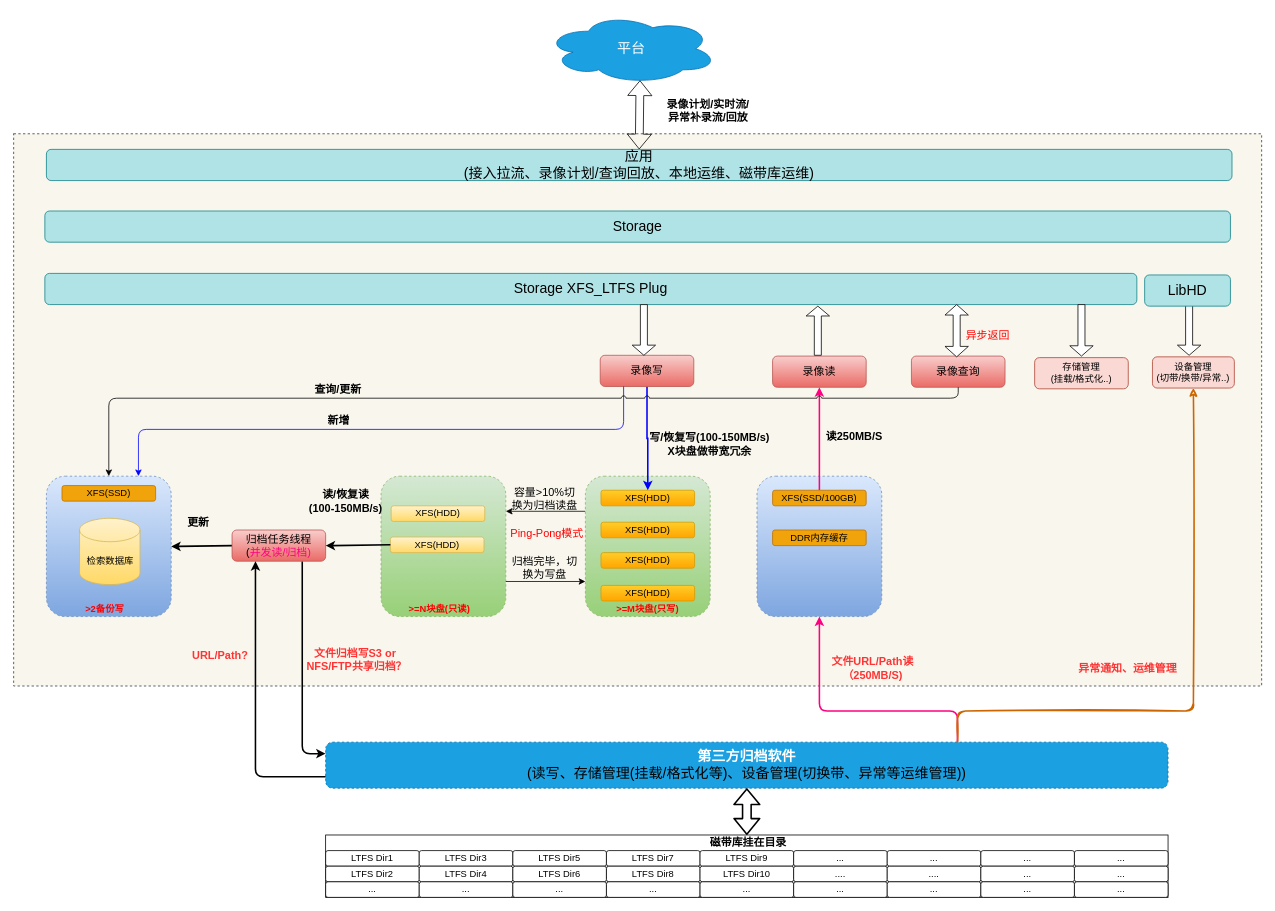
snowolfhawk/ceph-scripts keeps this draw.io diagram as Cidai_3.drawio. Above is the earlier version. Source tidied: cells renumbered, new cells numbered last; positions are measured from the earlier drawing's top-left corner, leaving out a move shared by most shapes. Both pictures are drawn from the tidied source at 78%, with x=0, y=0 at pixel (13, 13).
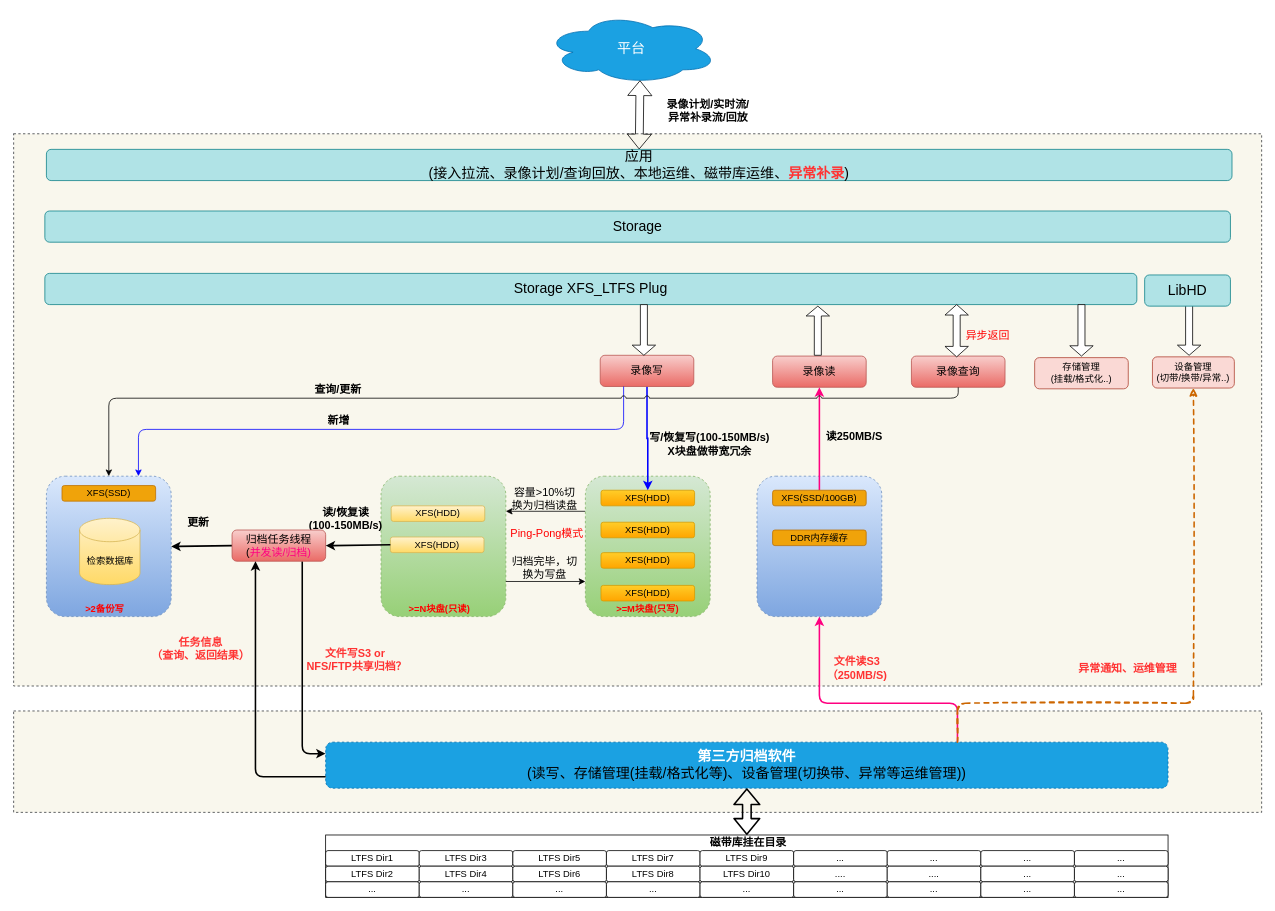
The same page after the edit.

The change refers to these unchanged cells:
```xml
<mxCell id="4" style="rounded=1;whiteSpace=wrap;html=1;dashed=1;fillColor=#dae8fc;strokeColor=#6c8ebf;gradientColor=#7ea6e0;" parent="1" vertex="1">
  <mxGeometry x="953" y="593" width="160" height="180" as="geometry" />
</mxCell>
<mxCell id="66" value="&lt;span style=&quot;font-size: 18px;&quot;&gt;&lt;b&gt;第三方归档软件&lt;/b&gt;&lt;br&gt;&lt;font color=&quot;#000000&quot;&gt;(读写、存储管理(挂载/格式化等)、设备管理(切换带、异常等运维管理))&lt;/font&gt;&lt;/span&gt;" style="rounded=1;whiteSpace=wrap;html=1;fillColor=#1ba1e2;strokeColor=#006EAF;fontColor=#ffffff;dashed=1;" parent="1" vertex="1">
  <mxGeometry x="400" y="934" width="1080" height="59" as="geometry" />
</mxCell>
<mxCell id="86" value="设备管理&lt;br&gt;(切带/换带/异常..)" style="rounded=1;whiteSpace=wrap;html=1;fillColor=#fad9d5;strokeColor=#ae4132;" parent="1" vertex="1">
  <mxGeometry x="1460" y="440" width="105" height="40" as="geometry" />
</mxCell>
```

The edit, as a diff of the source:
```diff
@@
+    <mxCell id="95" style="rounded=0;whiteSpace=wrap;html=1;fontSize=18;dashed=1;fillColor=#f9f7ed;strokeColor=#36393d;" parent="1" vertex="1">
+      <mxGeometry y="894" width="1600" height="130" as="geometry" />
+    </mxCell>
@@
-    <mxCell id="36" value="&lt;b&gt;&lt;font color=&quot;#ff3333&quot; style=&quot;font-size: 14px;&quot;&gt;文件URL/Path读（250MB/S)&lt;/font&gt;&lt;/b&gt;" style="text;html=1;strokeColor=none;fillColor=none;align=center;verticalAlign=middle;whiteSpace=wrap;rounded=0;" parent="1" vertex="1">
-      <mxGeometry x="1033" y="824" width="137" height="29" as="geometry" />
+    <mxCell id="36" value="&lt;b&gt;&lt;font color=&quot;#ff3333&quot; style=&quot;font-size: 14px;&quot;&gt;文件读S3（250MB/S)&lt;/font&gt;&lt;/b&gt;" style="text;html=1;strokeColor=none;fillColor=none;align=center;verticalAlign=middle;whiteSpace=wrap;rounded=0;" parent="1" vertex="1">
+      <mxGeometry x="1033" y="824" width="97" height="29" as="geometry" />
     </mxCell>
@@
     <mxCell id="38" value="&lt;b&gt;&lt;font style=&quot;font-size: 14px;&quot;&gt;读/恢复读&lt;br&gt;(100-150MB/s)&lt;/font&gt;&lt;br&gt;&lt;/b&gt;" style="text;html=1;strokeColor=none;fillColor=none;align=center;verticalAlign=middle;whiteSpace=wrap;rounded=0;" parent="1" vertex="1">
-      <mxGeometry x="356" y="610" width="140" height="30" as="geometry" />
+      <mxGeometry x="356" y="632" width="140" height="30" as="geometry" />
     </mxCell>
@@
-    <mxCell id="46" value="&lt;b&gt;&lt;font color=&quot;#ff3333&quot; style=&quot;font-size: 14px;&quot;&gt;文件归档写S3 or&amp;nbsp;&lt;br&gt;NFS/FTP共享归档？&lt;/font&gt;&lt;/b&gt;" style="text;html=1;strokeColor=none;fillColor=none;align=center;verticalAlign=middle;whiteSpace=wrap;rounded=0;" parent="1" vertex="1">
+    <mxCell id="46" value="&lt;b&gt;&lt;font color=&quot;#ff3333&quot; style=&quot;font-size: 14px;&quot;&gt;文件写S3 or&amp;nbsp;&lt;br&gt;NFS/FTP共享归档？&lt;/font&gt;&lt;/b&gt;" style="text;html=1;strokeColor=none;fillColor=none;align=center;verticalAlign=middle;whiteSpace=wrap;rounded=0;" parent="1" vertex="1">
       <mxGeometry x="365" y="813" width="150" height="29" as="geometry" />
     </mxCell>
@@
     <mxCell id="65" style="edgeStyle=orthogonalEdgeStyle;rounded=1;jumpStyle=arc;jettySize=auto;html=1;exitX=0.75;exitY=0;exitDx=0;exitDy=0;entryX=0.5;entryY=1;entryDx=0;entryDy=0;fontSize=14;fontColor=#FF0080;strokeColor=#FF0080;strokeWidth=2;" parent="1" edge="1" source="66" target="4">
       <mxGeometry relative="1" as="geometry">
         <Array as="points">
-          <mxPoint x="1210" y="894" />
-          <mxPoint x="1033" y="894" />
+          <mxPoint x="1210" y="884" />
+          <mxPoint x="1033" y="884" />
         </Array>
       </mxGeometry>
     </mxCell>
@@
-    <mxCell id="79" value="&lt;b&gt;&lt;font color=&quot;#ff3333&quot; style=&quot;font-size: 14px;&quot;&gt;URL/Path?&lt;/font&gt;&lt;/b&gt;" style="text;html=1;strokeColor=none;fillColor=none;align=center;verticalAlign=middle;whiteSpace=wrap;rounded=0;" parent="1" vertex="1">
-      <mxGeometry x="220" y="813" width="90" height="20" as="geometry" />
+    <mxCell id="79" value="&lt;font color=&quot;#ff3333&quot;&gt;&lt;span style=&quot;font-size: 14px;&quot;&gt;&lt;b&gt;任务信息&lt;br&gt;（查询、返回结果）&lt;/b&gt;&lt;/span&gt;&lt;/font&gt;" style="text;html=1;strokeColor=none;fillColor=none;align=center;verticalAlign=middle;whiteSpace=wrap;rounded=0;" parent="1" vertex="1">
+      <mxGeometry x="170" y="794" width="140" height="39" as="geometry" />
     </mxCell>
@@
-    <mxCell id="87" style="edgeStyle=orthogonalEdgeStyle;rounded=1;sketch=1;jumpStyle=arc;jettySize=auto;html=1;exitX=0.75;exitY=0;exitDx=0;exitDy=0;entryX=0.5;entryY=1;entryDx=0;entryDy=0;fontSize=14;fontColor=#000000;strokeColor=#CC6600;strokeWidth=2;" parent="1" edge="1" source="66" target="86">
+    <mxCell id="87" style="edgeStyle=orthogonalEdgeStyle;rounded=1;sketch=1;jumpStyle=arc;jettySize=auto;html=1;exitX=0.75;exitY=0;exitDx=0;exitDy=0;entryX=0.5;entryY=1;entryDx=0;entryDy=0;fontSize=14;fontColor=#000000;strokeColor=#CC6600;strokeWidth=2;dashed=1;" parent="1" edge="1" source="66" target="86">
       <mxGeometry relative="1" as="geometry">
         <Array as="points">
-          <mxPoint x="1210" y="894" />
-          <mxPoint x="1513" y="894" />
+          <mxPoint x="1210" y="884" />
+          <mxPoint x="1513" y="884" />
         </Array>
       </mxGeometry>
     </mxCell>
@@
-    <mxCell id="93" value="&lt;span style=&quot;font-size: 18px;&quot;&gt;应用&lt;br&gt;(接入拉流、录像计划/查询回放、本地运维、磁带库运维)&lt;/span&gt;" style="rounded=1;whiteSpace=wrap;html=1;fillColor=#b0e3e6;strokeColor=#0e8088;" parent="1" vertex="1">
+    <mxCell id="93" value="&lt;span style=&quot;font-size: 18px;&quot;&gt;应用&lt;br&gt;(接入拉流、录像计划/查询回放、本地运维、磁带库运维、&lt;font color=&quot;#ff3333&quot;&gt;&lt;b&gt;异常补录&lt;/b&gt;&lt;/font&gt;)&lt;/span&gt;" style="rounded=1;whiteSpace=wrap;html=1;fillColor=#b0e3e6;strokeColor=#0e8088;" parent="1" vertex="1">
       <mxGeometry x="42" y="174" width="1520" height="40" as="geometry" />
     </mxCell>
```
